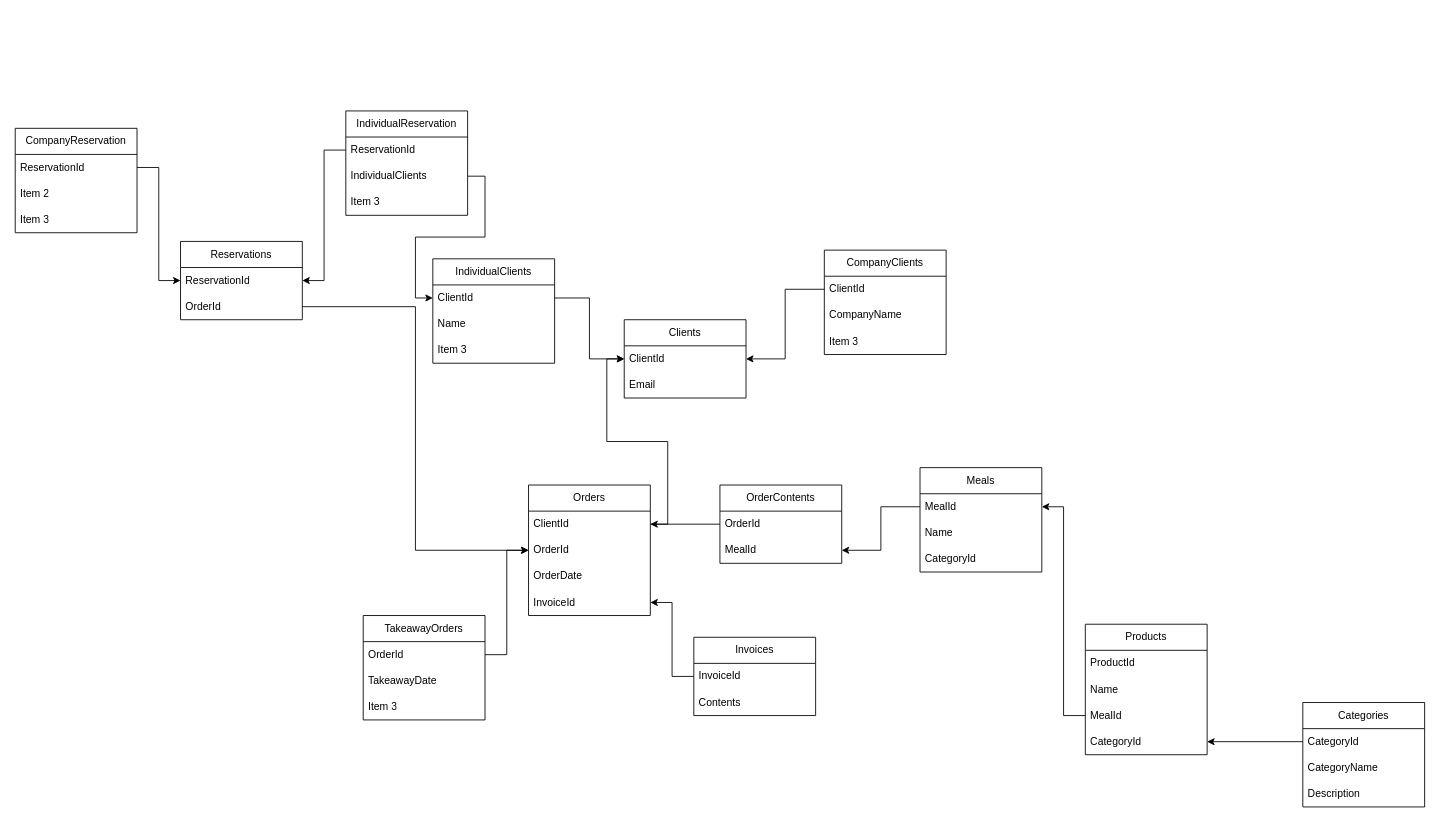
Noarkhh/BazyBazunie keeps this draw.io diagram as db_diagram/db_diagram.drawio. Above is the earlier version. Source tidied: cells renumbered, new cells numbered last; positions are measured from the earlier drawing's top-left corner, leaving out a move shared by most shapes. Both pictures are drawn from the tidied source at 87%, with x=0, y=0 at pixel (15, 110).
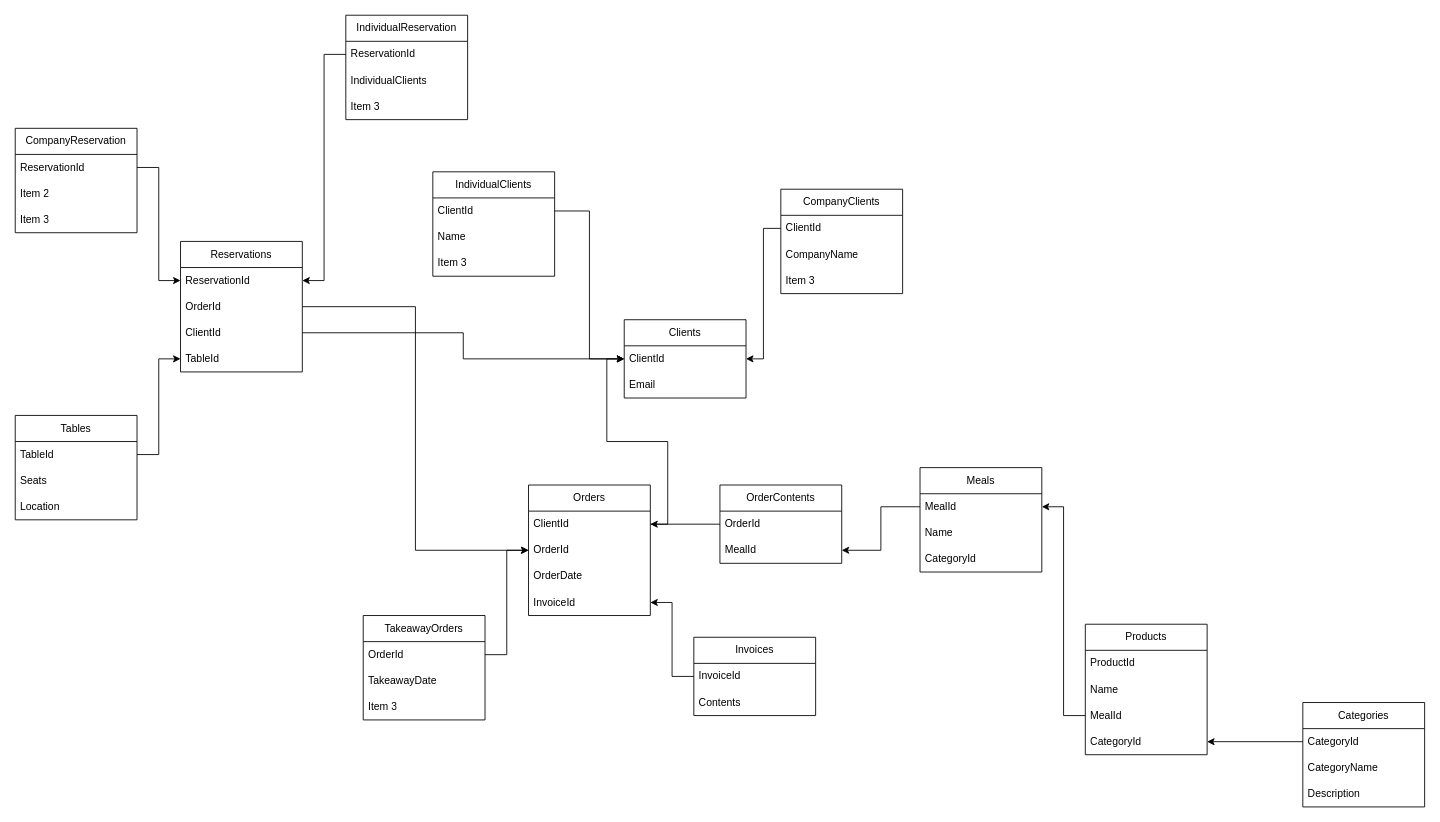
The same page after the edit.

The change refers to these unchanged cells:
```xml
<mxCell id="3" value="ClientId" style="text;strokeColor=none;fillColor=none;align=left;verticalAlign=middle;spacingLeft=4;spacingRight=4;overflow=hidden;points=[[0,0.5],[1,0.5]];portConstraint=eastwest;whiteSpace=wrap;html=1;" parent="2" vertex="1">
  <mxGeometry y="30" width="140" height="30" as="geometry" />
</mxCell>
<mxCell id="11" value="ClientId" style="text;strokeColor=none;fillColor=none;align=left;verticalAlign=middle;spacingLeft=4;spacingRight=4;overflow=hidden;points=[[0,0.5],[1,0.5]];portConstraint=eastwest;whiteSpace=wrap;html=1;" parent="10" vertex="1">
  <mxGeometry y="30" width="140" height="30" as="geometry" />
</mxCell>
<mxCell id="56" value="IndividualClients" style="text;strokeColor=none;fillColor=none;align=left;verticalAlign=middle;spacingLeft=4;spacingRight=4;overflow=hidden;points=[[0,0.5],[1,0.5]];portConstraint=eastwest;whiteSpace=wrap;html=1;" parent="54" vertex="1">
  <mxGeometry y="60" width="140" height="30" as="geometry" />
</mxCell>
```

Diff of the diagram source:
```diff
@@
     <mxCell id="5" value="CompanyClients" style="swimlane;fontStyle=0;horizontal=1;startSize=30;whiteSpace=wrap;html=1;" parent="1" vertex="1">
-      <mxGeometry x="930" y="160" width="140" height="120" as="geometry" />
+      <mxGeometry x="880" y="90" width="140" height="120" as="geometry" />
     </mxCell>
@@
     <mxCell id="10" value="IndividualClients" style="swimlane;fontStyle=0;horizontal=1;startSize=30;whiteSpace=wrap;html=1;" parent="1" vertex="1">
-      <mxGeometry x="480" y="170" width="140" height="120" as="geometry" />
+      <mxGeometry x="480" y="70" width="140" height="120" as="geometry" />
     </mxCell>
@@
     <mxCell id="50" value="Reservations" style="swimlane;fontStyle=0;horizontal=1;startSize=30;whiteSpace=wrap;html=1;" parent="1" vertex="1">
-      <mxGeometry x="190" y="150" width="140" height="90" as="geometry" />
+      <mxGeometry x="190" y="150" width="140" height="150" as="geometry" />
     </mxCell>
@@
+    <mxCell id="65" value="ClientId" style="text;strokeColor=none;fillColor=none;align=left;verticalAlign=middle;spacingLeft=4;spacingRight=4;overflow=hidden;points=[[0,0.5],[1,0.5]];portConstraint=eastwest;whiteSpace=wrap;html=1;" parent="50" vertex="1">
+      <mxGeometry y="90" width="140" height="30" as="geometry" />
+    </mxCell>
+    <mxCell id="66" value="TableId" style="text;strokeColor=none;fillColor=none;align=left;verticalAlign=middle;spacingLeft=4;spacingRight=4;overflow=hidden;points=[[0,0.5],[1,0.5]];portConstraint=eastwest;whiteSpace=wrap;html=1;" parent="50" vertex="1">
+      <mxGeometry y="120" width="140" height="30" as="geometry" />
+    </mxCell>
@@
     <mxCell id="54" value="IndividualReservation" style="swimlane;fontStyle=0;horizontal=1;startSize=30;whiteSpace=wrap;html=1;" parent="1" vertex="1">
-      <mxGeometry x="380" width="140" height="120" as="geometry" />
+      <mxGeometry x="380" y="-110" width="140" height="120" as="geometry" />
     </mxCell>
@@
-    <mxCell id="64" style="edgeStyle=orthogonalEdgeStyle;rounded=0;jettySize=auto;html=1;" parent="1" edge="1" source="56" target="11">
-      <mxGeometry relative="1" as="geometry" />
-    </mxCell>
+    <mxCell id="67" style="edgeStyle=orthogonalEdgeStyle;rounded=0;jettySize=auto;html=1;" parent="1" edge="1" source="65" target="3">
+      <mxGeometry relative="1" as="geometry" />
+    </mxCell>
+    <mxCell id="68" value="Tables" style="swimlane;fontStyle=0;horizontal=1;startSize=30;whiteSpace=wrap;html=1;" parent="1" vertex="1">
+      <mxGeometry y="350" width="140" height="120" as="geometry" />
+    </mxCell>
+    <mxCell id="69" value="TableId" style="text;strokeColor=none;fillColor=none;align=left;verticalAlign=middle;spacingLeft=4;spacingRight=4;overflow=hidden;points=[[0,0.5],[1,0.5]];portConstraint=eastwest;whiteSpace=wrap;html=1;" parent="68" vertex="1">
+      <mxGeometry y="30" width="140" height="30" as="geometry" />
+    </mxCell>
+    <mxCell id="70" value="Seats" style="text;strokeColor=none;fillColor=none;align=left;verticalAlign=middle;spacingLeft=4;spacingRight=4;overflow=hidden;whiteSpace=wrap;html=1;" parent="68" vertex="1">
+      <mxGeometry y="60" width="140" height="30" as="geometry" />
+    </mxCell>
+    <mxCell id="71" value="Location" style="text;strokeColor=none;fillColor=none;align=left;verticalAlign=middle;spacingLeft=4;spacingRight=4;overflow=hidden;whiteSpace=wrap;html=1;" parent="68" vertex="1">
+      <mxGeometry y="90" width="140" height="30" as="geometry" />
+    </mxCell>
+    <mxCell id="72" style="edgeStyle=orthogonalEdgeStyle;rounded=0;jettySize=auto;html=1;" parent="1" edge="1" source="69" target="66">
+      <mxGeometry relative="1" as="geometry" />
+    </mxCell>
```
